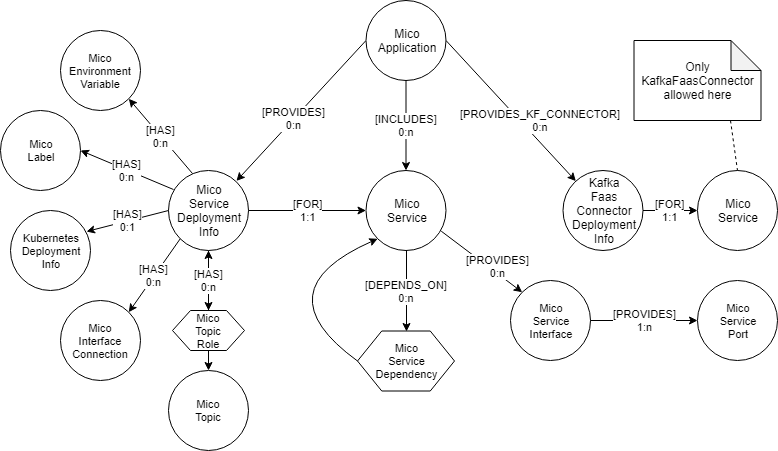
UST-MICO/docs keeps this draw.io diagram as res/MICO-NodesAndRelationships.png. Above is the earlier version. Source tidied: cells renumbered, new cells last; positions are measured from the earlier drawing's top-left corner, leaving out a move shared by most shapes.
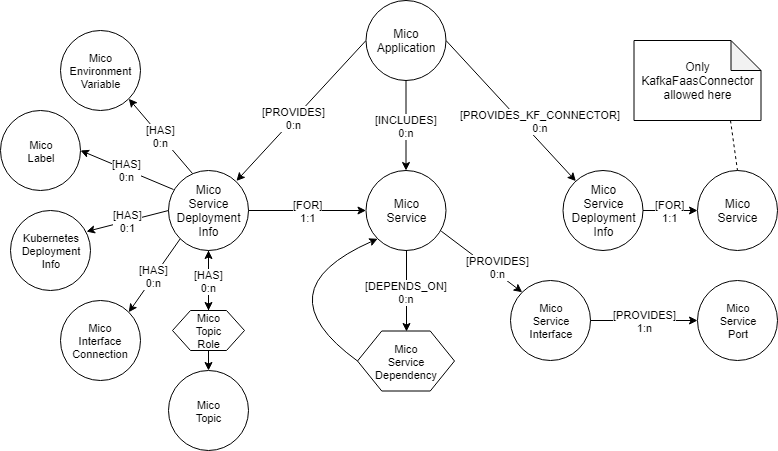
Above is the later version.

Commit message:
Update diagram about nodes and relationships

What changed in the source:
```diff
@@ -74,7 +74,7 @@
     <mxCell id="24" value="[HAS]&lt;br&gt;0:n&lt;br&gt;" style="endArrow=classic;html=1;fontSize=11;exitX=0;exitY=1;exitDx=0;exitDy=0;entryX=1;entryY=0;entryDx=0;entryDy=0;" parent="1" edge="1" source="5" target="22">
       <mxGeometry relative="1" as="geometry" />
     </mxCell>
-    <mxCell id="25" value="Kafka&lt;br&gt;Faas&lt;br&gt;Connector&lt;br&gt;Deployment&lt;br&gt;Info" style="ellipse;whiteSpace=wrap;html=1;" parent="1" vertex="1">
+    <mxCell id="25" value="Mico&lt;br&gt;Service&lt;br&gt;Deployment&lt;br&gt;Info" style="ellipse;whiteSpace=wrap;html=1;" parent="1" vertex="1">
       <mxGeometry x="562.5" y="170" width="80" height="80" as="geometry" />
     </mxCell>
     <mxCell id="26" value="[FOR]&lt;br&gt;1:1" style="endArrow=classic;html=1;fontSize=11;exitX=1;exitY=0.5;exitDx=0;exitDy=0;entryX=0;entryY=0.5;entryDx=0;entryDy=0;" parent="1" edge="1" source="25" target="27">
```
